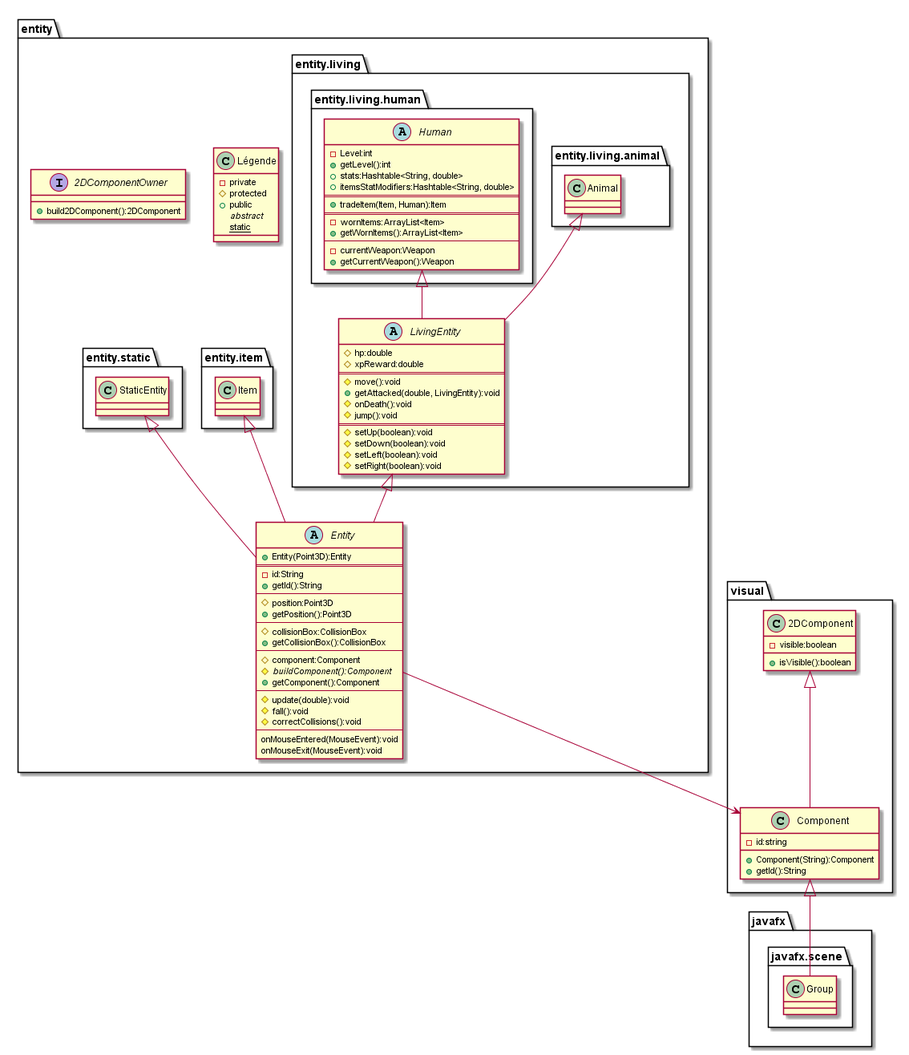
Before: uml/final/entity/entity.png, a diagram exported from PlantUML (the-zucc/coureur-de-bois).
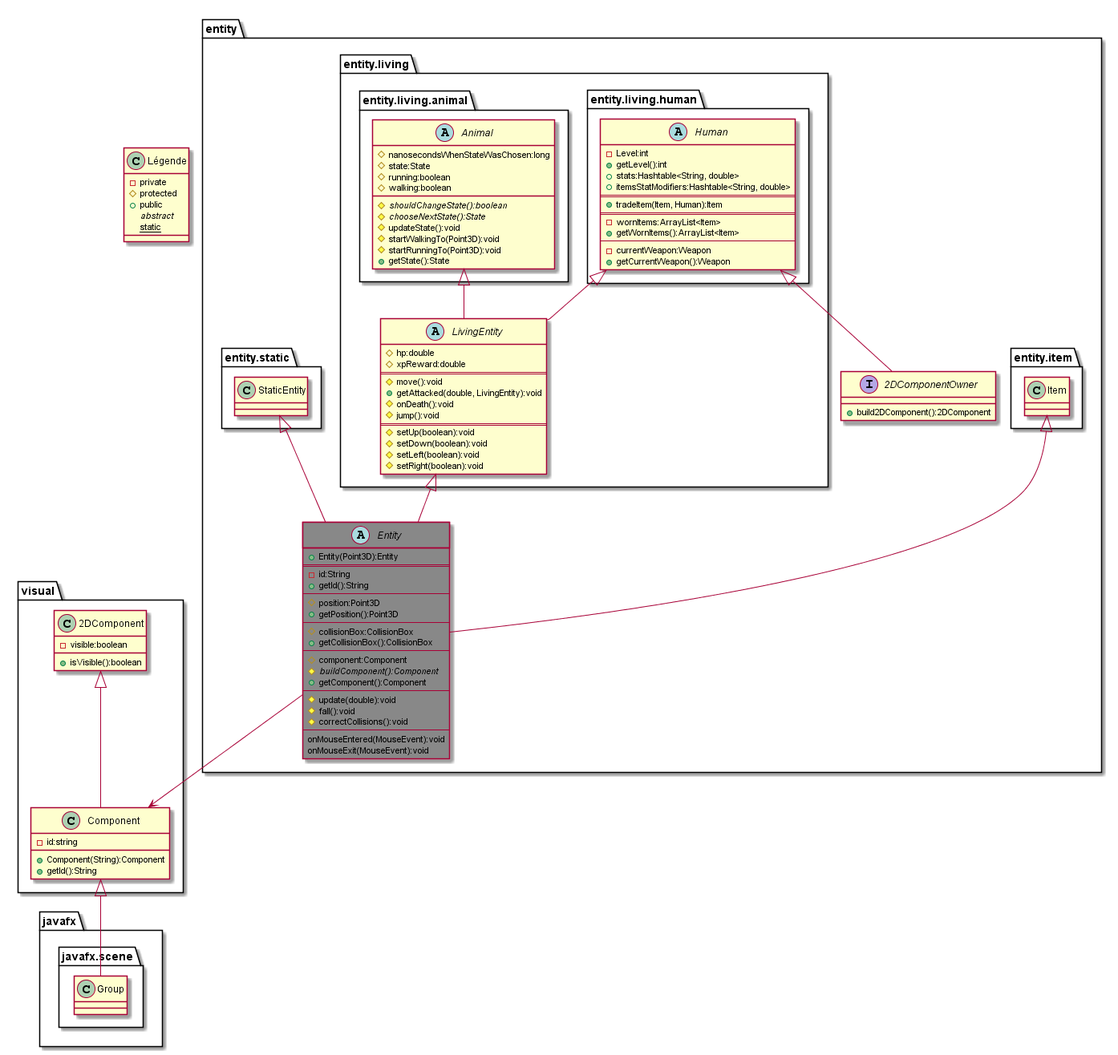
After the commit.

What changed in the source:
```diff
@@ -1,13 +1,13 @@
 @startuml entity
+class Légende{
+    - private
+    # protected
+    + public
+    {abstract} abstract
+    {static} static
+}
 package entity{
-    class Légende{
-        - private
-        # protected
-        + public
-        {abstract} abstract
-        {static} static
-    }
-    abstract class Entity{
+    abstract class Entity #888888{
         + Entity(Point3D):Entity
         ==
         - id:String
@@ -54,7 +54,18 @@
         }
         LivingEntity <|-- Entity
         package entity.living.animal{
-            class Animal
+            abstract class Animal{
+                # nanosecondsWhenStateWasChosen:long
+                # state:State
+                # running:boolean
+                # walking:boolean
+                # {abstract}shouldChangeState():boolean
+                # {abstract}chooseNextState():State
+                # updateState():void
+                # startWalkingTo(Point3D):void
+                # startRunningTo(Point3D):void
+                + getState():State
+            }
             Animal <|-- LivingEntity
         }
         package entity.living.human{
@@ -73,6 +84,7 @@
                 + getCurrentWeapon():Weapon
             }
             Human <|-- LivingEntity
+            Human <|-- 2DComponentOwner
         }
     }
     package entity.static{
```
